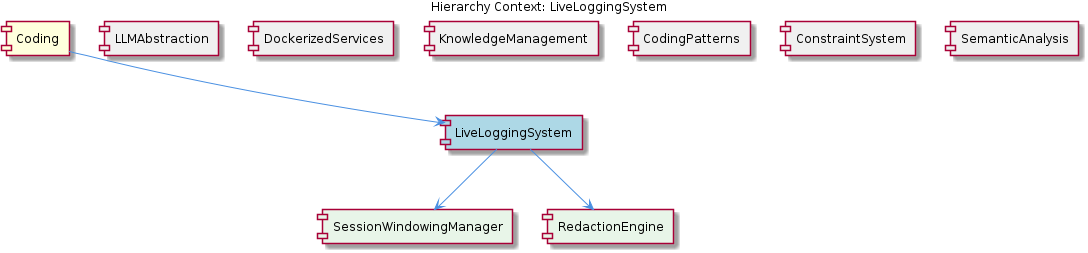
This is knowledge-management/insights/images/live-logging-system-relationship.png from fwornle/coding, a PlantUML export, as it was before one commit. Its source is kept beside it as .data/knowledge-graph/insights/puml/live-logging-system-relationship.puml.
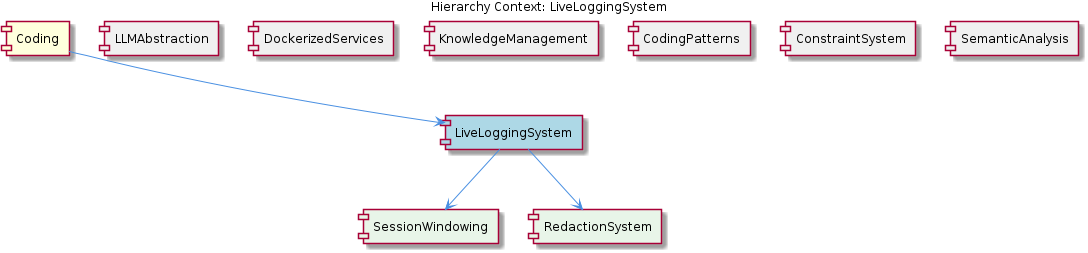
After the commit.

What changed in the source:
```diff
@@ -11,8 +11,8 @@
 [CodingPatterns] as coding_patterns #F0F0F0
 [ConstraintSystem] as constraint_system #F0F0F0
 [SemanticAnalysis] as semantic_analysis #F0F0F0
-[SessionWindowingManager] as session_windowing_manager #E8F5E8
-[RedactionEngine] as redaction_engine #E8F5E8
+[SessionWindowing] as session_windowing #E8F5E8
+[RedactionSystem] as redaction_system #E8F5E8
 
 coding --> live_logging_system
 llmabstraction -[hidden]- live_logging_system
@@ -21,7 +21,7 @@
 coding_patterns -[hidden]- live_logging_system
 constraint_system -[hidden]- live_logging_system
 semantic_analysis -[hidden]- live_logging_system
-live_logging_system --> session_windowing_manager
-live_logging_system --> redaction_engine
+live_logging_system --> session_windowing
+live_logging_system --> redaction_system
 
 @enduml
```
